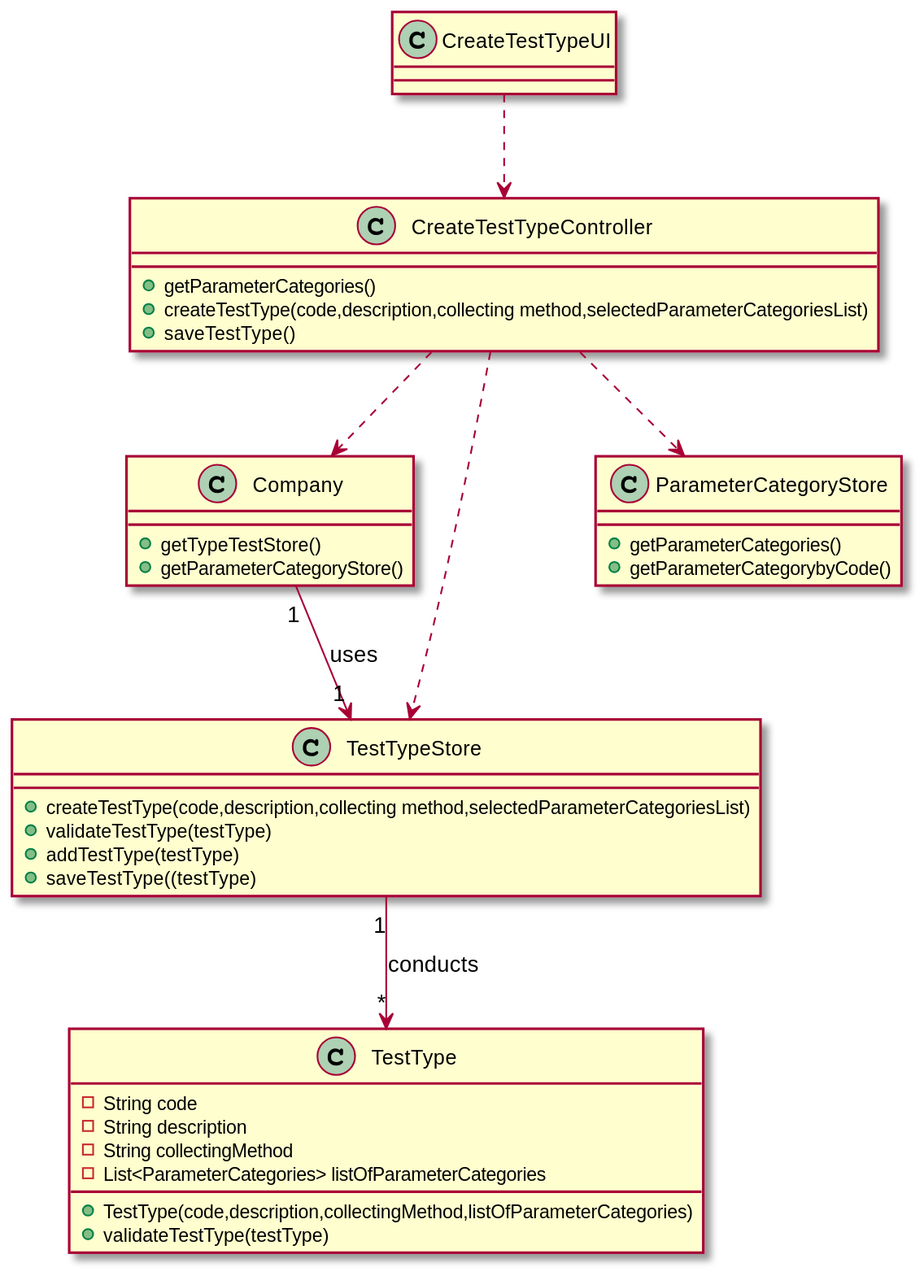
Above: docs/SprintB/US09/US09_CD.svg in manu-07-ela/LAPR2_ISEP (PlantUML), before the change.
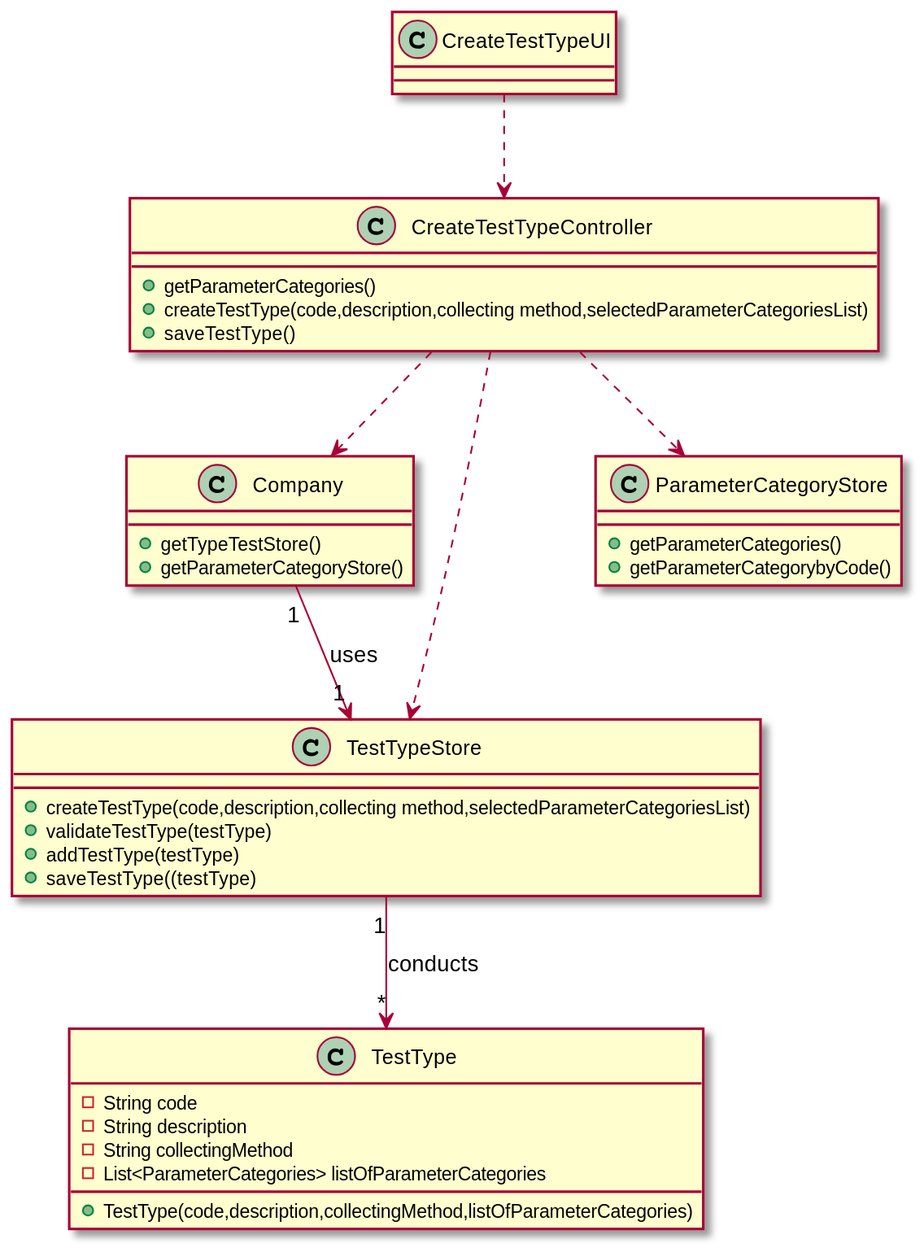
The same file after the commit.

What changed in the source:
```diff
@@ -20,7 +20,6 @@
 -String collectingMethod
 -List<ParameterCategories> listOfParameterCategories
 +TestType(code,description,collectingMethod,listOfParameterCategories)
-+validateTestType(testType)
 }
 
 class TestTypeStore{
```
